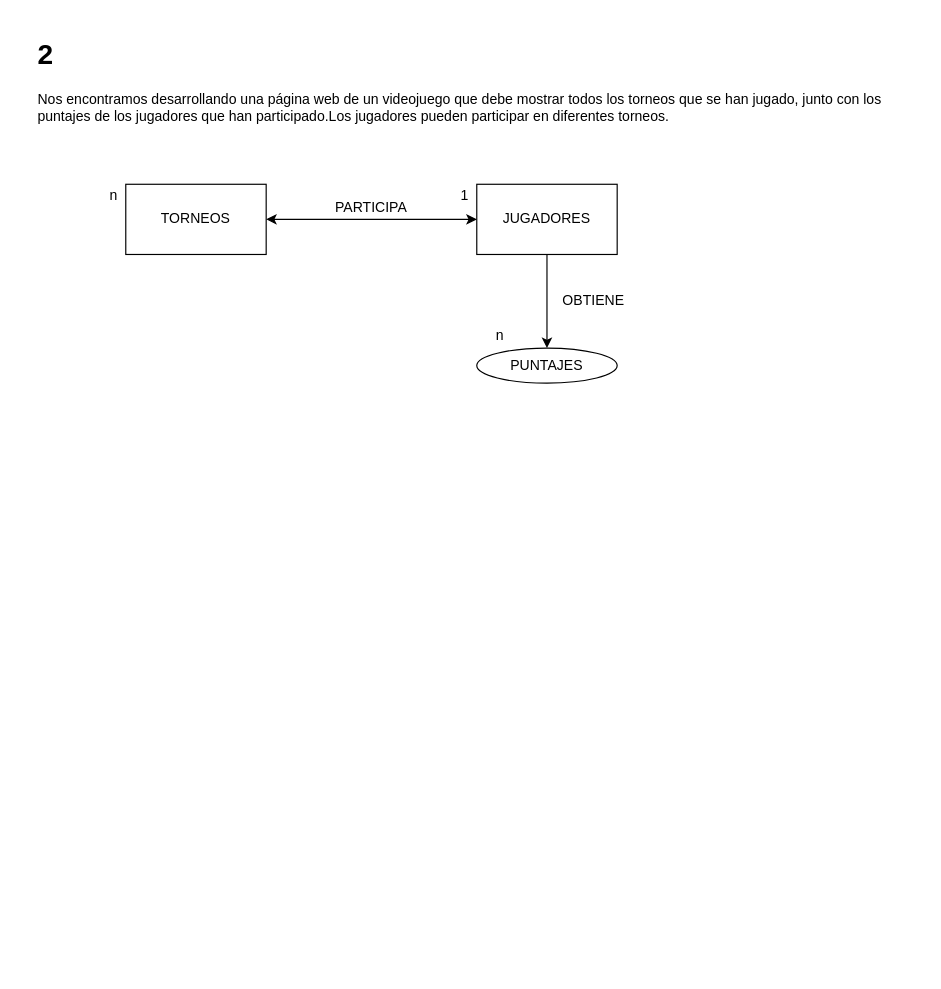
This is diagramas/Untitled Diagram.drawio from carpenaloza/basic_repo, a draw.io file, before an edit. Source tidied: cells renumbered, new cells numbered last; positions are measured from the earlier drawing's top-left corner, leaving out a move shared by most shapes. Both pictures are drawn from the tidied source at 117%, with x=0, y=0 at pixel (32, 32).
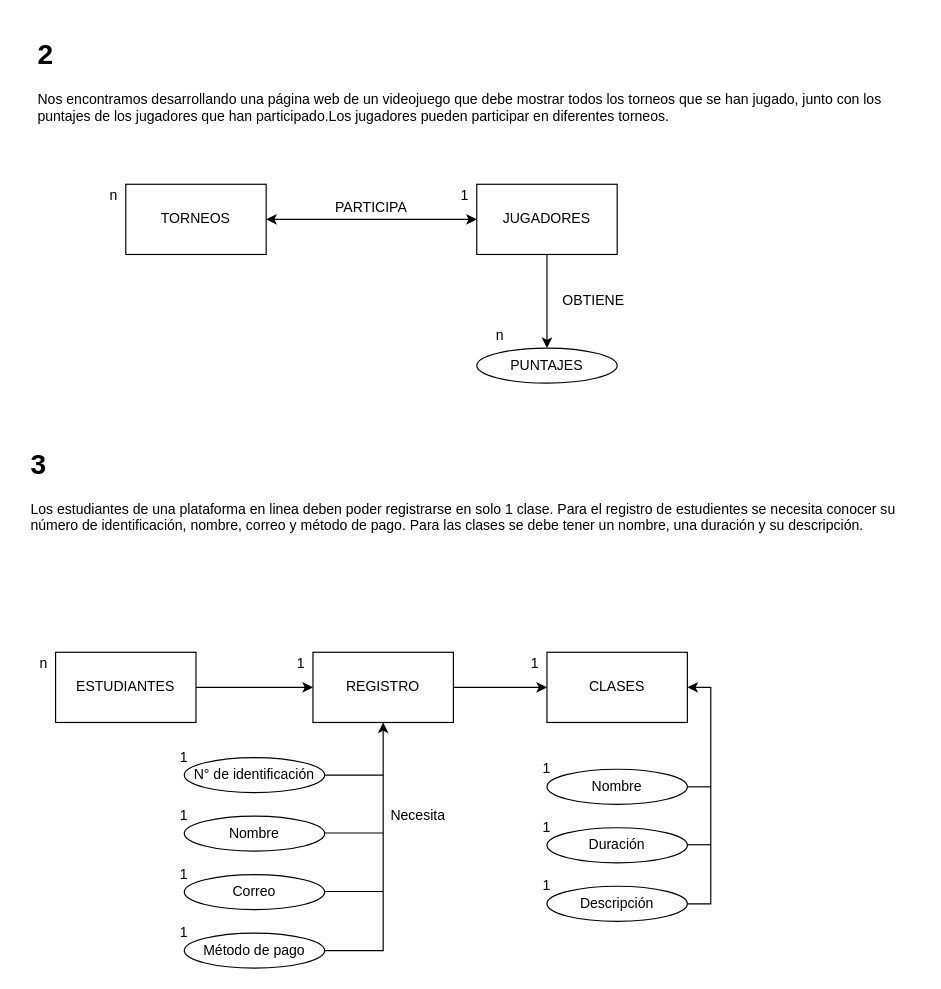
The same page after the edit.

What changed in the source:
```diff
@@
+    <mxCell id="13" value="&lt;h1&gt;3&lt;br&gt;&lt;/h1&gt;&lt;p&gt;Los estudiantes de una plataforma en linea deben poder registrarse en solo 1 clase. Para el registro de estudientes se necesita conocer su número de identificación, nombre, correo y método de pago. Para las clases se debe tener un nombre, una duración y su descripción.&lt;br&gt;&lt;/p&gt;" style="text;html=1;strokeColor=none;fillColor=none;spacing=5;spacingTop=-20;whiteSpace=wrap;overflow=hidden;rounded=0;" parent="1" vertex="1">
+      <mxGeometry x="-6" y="350" width="760" height="110" as="geometry" />
+    </mxCell>
+    <mxCell id="14" style="edgeStyle=orthogonalEdgeStyle;rounded=0;jettySize=auto;html=1;exitX=1;exitY=0.5;exitDx=0;exitDy=0;entryX=0;entryY=0.5;entryDx=0;entryDy=0;" parent="1" edge="1" source="15" target="20">
+      <mxGeometry relative="1" as="geometry" />
+    </mxCell>
+    <mxCell id="15" value="&lt;span style=&quot;white-space: pre&quot;&gt;&lt;/span&gt;ESTUDIANTES" style="rounded=0;whiteSpace=wrap;html=1;" parent="1" vertex="1">
+      <mxGeometry x="20" y="530" width="120" height="60" as="geometry" />
+    </mxCell>
+    <mxCell id="16" value="CLASES" style="rounded=0;whiteSpace=wrap;html=1;" parent="1" vertex="1">
+      <mxGeometry x="440" y="530" width="120" height="60" as="geometry" />
+    </mxCell>
+    <mxCell id="17" value="N° de identificación" style="ellipse;whiteSpace=wrap;html=1;" parent="1" vertex="1">
+      <mxGeometry x="130" y="620" width="120" height="30" as="geometry" />
+    </mxCell>
+    <mxCell id="18" value="Nombre" style="ellipse;whiteSpace=wrap;html=1;" parent="1" vertex="1">
+      <mxGeometry x="130" y="670" width="120" height="30" as="geometry" />
+    </mxCell>
+    <mxCell id="19" style="edgeStyle=orthogonalEdgeStyle;rounded=0;jettySize=auto;html=1;exitX=1;exitY=0.5;exitDx=0;exitDy=0;" parent="1" edge="1" source="20" target="16">
+      <mxGeometry relative="1" as="geometry" />
+    </mxCell>
+    <mxCell id="20" value="REGISTRO" style="rounded=0;whiteSpace=wrap;html=1;" parent="1" vertex="1">
+      <mxGeometry x="240" y="530" width="120" height="60" as="geometry" />
+    </mxCell>
+    <mxCell id="21" value="Correo" style="ellipse;whiteSpace=wrap;html=1;" parent="1" vertex="1">
+      <mxGeometry x="130" y="720" width="120" height="30" as="geometry" />
+    </mxCell>
+    <mxCell id="22" style="edgeStyle=orthogonalEdgeStyle;rounded=0;jettySize=auto;html=1;exitX=1;exitY=0.5;exitDx=0;exitDy=0;entryX=0.5;entryY=1;entryDx=0;entryDy=0;" parent="1" edge="1" source="23" target="20">
+      <mxGeometry relative="1" as="geometry" />
+    </mxCell>
+    <mxCell id="23" value="Método de pago" style="ellipse;whiteSpace=wrap;html=1;" parent="1" vertex="1">
+      <mxGeometry x="130" y="770" width="120" height="30" as="geometry" />
+    </mxCell>
+    <mxCell id="24" value="Nombre" style="ellipse;whiteSpace=wrap;html=1;" parent="1" vertex="1">
+      <mxGeometry x="440" y="630" width="120" height="30" as="geometry" />
+    </mxCell>
+    <mxCell id="25" value="Duración" style="ellipse;whiteSpace=wrap;html=1;" parent="1" vertex="1">
+      <mxGeometry x="440" y="680" width="120" height="30" as="geometry" />
+    </mxCell>
+    <mxCell id="26" style="edgeStyle=orthogonalEdgeStyle;rounded=0;jettySize=auto;html=1;exitX=1;exitY=0.5;exitDx=0;exitDy=0;entryX=1;entryY=0.5;entryDx=0;entryDy=0;" parent="1" edge="1" source="27" target="16">
+      <mxGeometry relative="1" as="geometry" />
+    </mxCell>
+    <mxCell id="27" value="Descripción" style="ellipse;whiteSpace=wrap;html=1;" parent="1" vertex="1">
+      <mxGeometry x="440" y="730" width="120" height="30" as="geometry" />
+    </mxCell>
+    <mxCell id="28" style="edgeStyle=orthogonalEdgeStyle;rounded=0;orthogonalLoop=1;jettySize=auto;html=1;exitX=0.5;exitY=1;exitDx=0;exitDy=0;" parent="1" edge="1" source="16" target="16">
+      <mxGeometry relative="1" as="geometry" />
+    </mxCell>
+    <mxCell id="29" value="n" style="text;html=1;strokeColor=none;fillColor=none;align=center;verticalAlign=middle;whiteSpace=wrap;rounded=0;" parent="1" vertex="1">
+      <mxGeometry x="-10" y="530" width="40" height="20" as="geometry" />
+    </mxCell>
+    <mxCell id="30" value="1" style="text;html=1;strokeColor=none;fillColor=none;align=center;verticalAlign=middle;whiteSpace=wrap;rounded=0;" parent="1" vertex="1">
+      <mxGeometry x="210" y="530" width="40" height="20" as="geometry" />
+    </mxCell>
+    <mxCell id="31" value="1" style="text;html=1;strokeColor=none;fillColor=none;align=center;verticalAlign=middle;whiteSpace=wrap;rounded=0;" parent="1" vertex="1">
+      <mxGeometry x="410" y="530" width="40" height="20" as="geometry" />
+    </mxCell>
+    <mxCell id="32" value="1" style="text;html=1;strokeColor=none;fillColor=none;align=center;verticalAlign=middle;whiteSpace=wrap;rounded=0;" parent="1" vertex="1">
+      <mxGeometry x="420" y="620" width="40" height="20" as="geometry" />
+    </mxCell>
+    <mxCell id="33" value="1" style="text;html=1;strokeColor=none;fillColor=none;align=center;verticalAlign=middle;whiteSpace=wrap;rounded=0;" parent="1" vertex="1">
+      <mxGeometry x="420" y="670" width="40" height="20" as="geometry" />
+    </mxCell>
+    <mxCell id="34" value="1" style="text;html=1;strokeColor=none;fillColor=none;align=center;verticalAlign=middle;whiteSpace=wrap;rounded=0;" parent="1" vertex="1">
+      <mxGeometry x="420" y="720" width="40" height="20" as="geometry" />
+    </mxCell>
+    <mxCell id="35" value="1" style="text;html=1;strokeColor=none;fillColor=none;align=center;verticalAlign=middle;whiteSpace=wrap;rounded=0;" parent="1" vertex="1">
+      <mxGeometry x="110" y="610" width="40" height="20" as="geometry" />
+    </mxCell>
+    <mxCell id="36" value="1" style="text;html=1;strokeColor=none;fillColor=none;align=center;verticalAlign=middle;whiteSpace=wrap;rounded=0;" parent="1" vertex="1">
+      <mxGeometry x="110" y="660" width="40" height="20" as="geometry" />
+    </mxCell>
+    <mxCell id="37" value="1" style="text;html=1;strokeColor=none;fillColor=none;align=center;verticalAlign=middle;whiteSpace=wrap;rounded=0;" parent="1" vertex="1">
+      <mxGeometry x="110" y="710" width="40" height="20" as="geometry" />
+    </mxCell>
+    <mxCell id="38" value="1" style="text;html=1;strokeColor=none;fillColor=none;align=center;verticalAlign=middle;whiteSpace=wrap;rounded=0;" parent="1" vertex="1">
+      <mxGeometry x="110" y="760" width="40" height="20" as="geometry" />
+    </mxCell>
+    <mxCell id="39" value="Necesita" style="text;html=1;strokeColor=none;fillColor=none;align=center;verticalAlign=middle;whiteSpace=wrap;rounded=0;" parent="1" vertex="1">
+      <mxGeometry x="310" y="660" width="40" height="20" as="geometry" />
+    </mxCell>
+    <mxCell id="40" style="endArrow=none;html=1;exitX=1;exitY=0.5;exitDx=0;exitDy=0;" parent="1" edge="1" source="24">
+      <mxGeometry relative="1" as="geometry">
+        <mxPoint x="580" y="645" as="targetPoint" />
+      </mxGeometry>
+    </mxCell>
+    <mxCell id="41" style="endArrow=none;html=1;exitX=1;exitY=0.5;exitDx=0;exitDy=0;" parent="1" edge="1">
+      <mxGeometry relative="1" as="geometry">
+        <mxPoint x="560" y="694.5" as="sourcePoint" />
+        <mxPoint x="580" y="694.5" as="targetPoint" />
+      </mxGeometry>
+    </mxCell>
+    <mxCell id="42" style="endArrow=none;html=1;entryX=1;entryY=0.5;entryDx=0;entryDy=0;" parent="1" edge="1" target="17">
+      <mxGeometry relative="1" as="geometry">
+        <mxPoint x="300" y="635" as="sourcePoint" />
+      </mxGeometry>
+    </mxCell>
+    <mxCell id="43" style="endArrow=none;html=1;entryX=1;entryY=0.5;entryDx=0;entryDy=0;" parent="1" edge="1">
+      <mxGeometry relative="1" as="geometry">
+        <mxPoint x="300" y="684.5" as="sourcePoint" />
+        <mxPoint x="250" y="684.5" as="targetPoint" />
+      </mxGeometry>
+    </mxCell>
+    <mxCell id="44" style="endArrow=none;html=1;entryX=1;entryY=0.5;entryDx=0;entryDy=0;" parent="1" edge="1">
+      <mxGeometry relative="1" as="geometry">
+        <mxPoint x="300" y="734.5" as="sourcePoint" />
+        <mxPoint x="250" y="734.5" as="targetPoint" />
+      </mxGeometry>
+    </mxCell>
```
